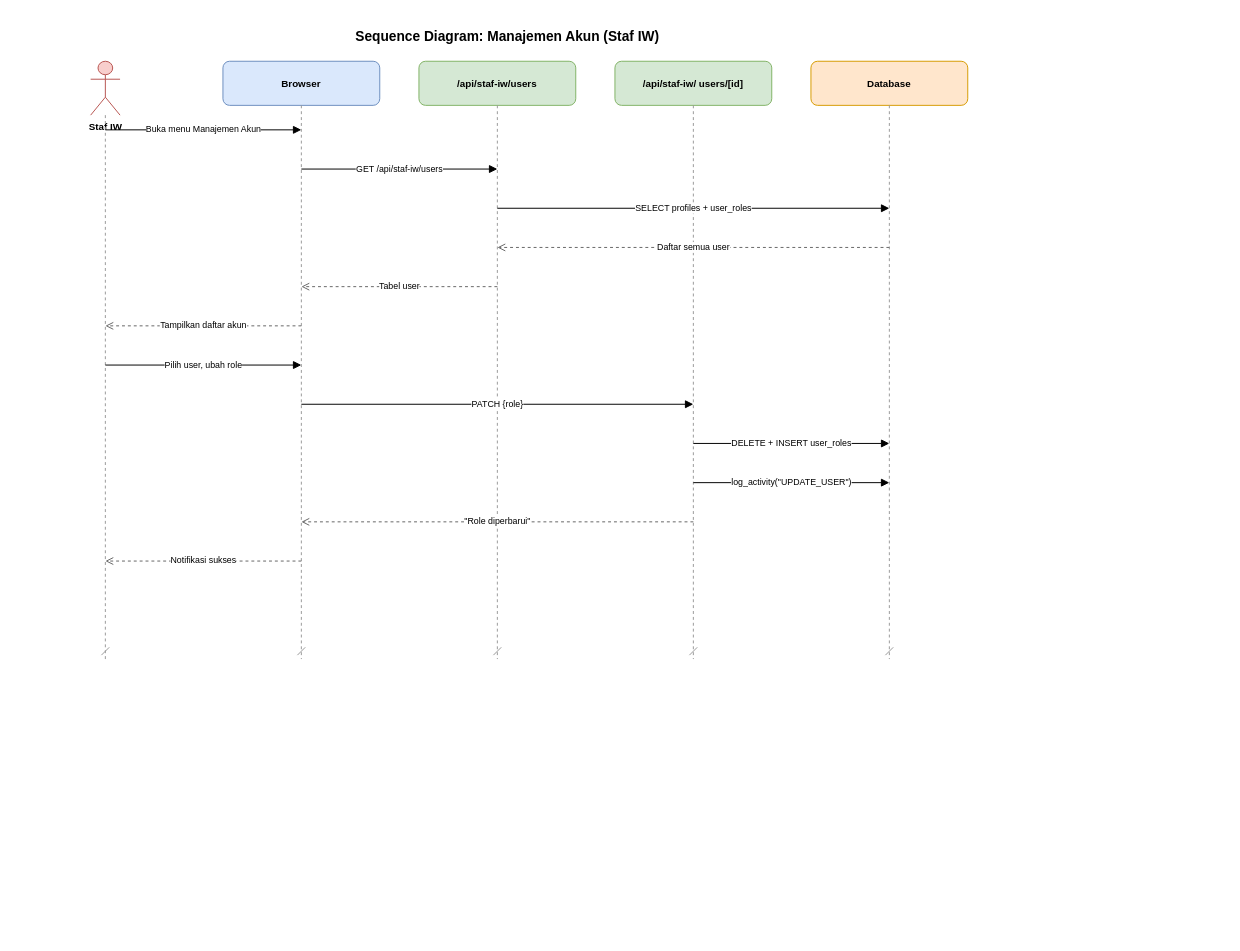
This is docs/diagrams/sequence/13-sq-manajemen-akun-staf-iw.drawio from RyanGLoomy/terminal-iwkbu, a draw.io file, before an edit. Source tidied: cells renumbered, new cells numbered last; positions are measured from the earlier drawing's top-left corner, leaving out a move shared by most shapes. Both pictures are drawn from the tidied source at 98%, with x=0, y=0 at pixel (46, 22).
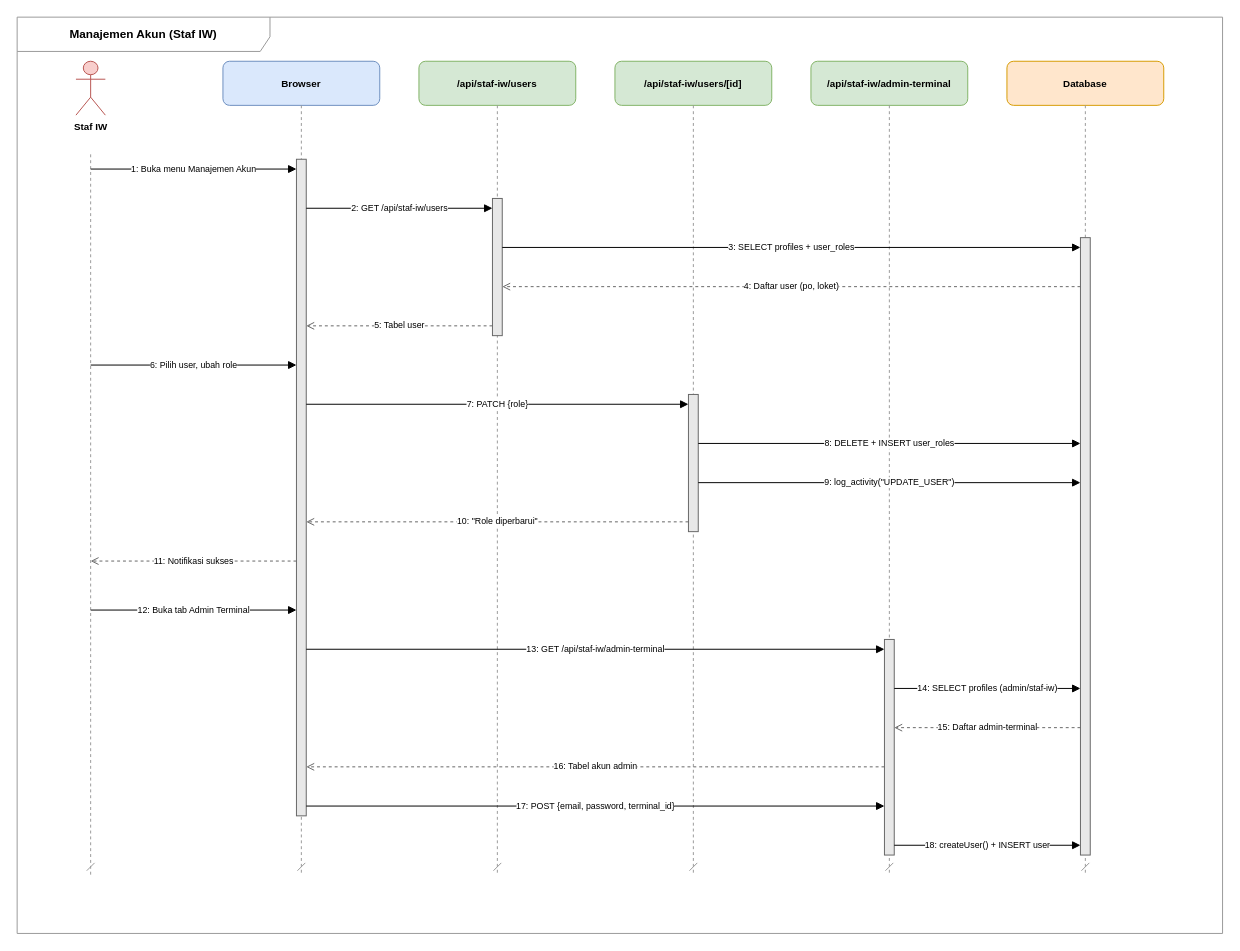
Above is the later version.

The edit, as a diff of the source:
```diff
@@
-    <mxCell id="2" value="Sequence Diagram: Manajemen Akun (Staf IW)" style="text;html=1;align=center;verticalAlign=middle;fontSize=14;fontStyle=1;strokeColor=none;fillColor=none;" parent="1" vertex="1">
-      <mxGeometry width="940" height="30" as="geometry" />
-    </mxCell>
+    <mxCell id="25" value="Manajemen Akun (Staf IW)" style="shape=umlFrame;whiteSpace=wrap;html=1;fillColor=none;strokeColor=#999999;fontSize=12;fontStyle=1;lightOpacity=50;tabWidth=258;tabHeight=22;width=258;height=35;" parent="1" vertex="1">
+      <mxGeometry x="-30" y="-5" width="1230" height="935" as="geometry" />
+    </mxCell>
     <mxCell id="3" value="Staf IW" style="shape=umlActor;verticalLabelPosition=bottom;verticalAlign=top;html=1;fillColor=#f8cecc;strokeColor=#b85450;fontStyle=1;fontSize=10;" parent="1" vertex="1">
-      <mxGeometry x="45" y="40" width="30" height="55" as="geometry" />
+      <mxGeometry x="30" y="40" width="30" height="55" as="geometry" />
     </mxCell>
     <mxCell id="4" style="endArrow=dash;dashed=1;html=1;strokeWidth=1;strokeColor=#999999;" parent="1" edge="1">
       <mxGeometry relative="1" as="geometry">
-        <mxPoint x="60" y="95" as="sourcePoint" />
-        <mxPoint x="60" y="650" as="targetPoint" />
+        <mxPoint x="45" y="135" as="sourcePoint" />
+        <mxPoint x="45" y="870" as="targetPoint" />
       </mxGeometry>
     </mxCell>
@@
     <mxCell id="6" style="endArrow=dash;dashed=1;html=1;strokeWidth=1;strokeColor=#999999;" parent="1" edge="1">
       <mxGeometry relative="1" as="geometry">
         <mxPoint x="260" y="85" as="sourcePoint" />
-        <mxPoint x="260" y="650" as="targetPoint" />
+        <mxPoint x="260" y="870" as="targetPoint" />
       </mxGeometry>
     </mxCell>
@@
     <mxCell id="8" style="endArrow=dash;dashed=1;html=1;strokeWidth=1;strokeColor=#999999;" parent="1" edge="1">
       <mxGeometry relative="1" as="geometry">
         <mxPoint x="460" y="85" as="sourcePoint" />
-        <mxPoint x="460" y="650" as="targetPoint" />
+        <mxPoint x="460" y="870" as="targetPoint" />
       </mxGeometry>
     </mxCell>
-    <mxCell id="9" value="/api/staf-iw/ users/[id]" style="rounded=1;whiteSpace=wrap;html=1;fillColor=#d5e8d4;strokeColor=#82b366;fontStyle=1;fontSize=10;" parent="1" vertex="1">
+    <mxCell id="9" value="/api/staf-iw/users/[id]" style="rounded=1;whiteSpace=wrap;html=1;fillColor=#d5e8d4;strokeColor=#82b366;fontStyle=1;fontSize=10;" parent="1" vertex="1">
       <mxGeometry x="580" y="40" width="160" height="45" as="geometry" />
     </mxCell>
     <mxCell id="10" style="endArrow=dash;dashed=1;html=1;strokeWidth=1;strokeColor=#999999;" parent="1" edge="1">
       <mxGeometry relative="1" as="geometry">
         <mxPoint x="660" y="85" as="sourcePoint" />
-        <mxPoint x="660" y="650" as="targetPoint" />
+        <mxPoint x="660" y="870" as="targetPoint" />
       </mxGeometry>
     </mxCell>
-    <mxCell id="11" value="Database" style="rounded=1;whiteSpace=wrap;html=1;fillColor=#ffe6cc;strokeColor=#d79b00;fontStyle=1;fontSize=10;" parent="1" vertex="1">
+    <mxCell id="11" value="/api/staf-iw/admin-terminal" style="rounded=1;whiteSpace=wrap;html=1;fillColor=#d5e8d4;strokeColor=#82b366;fontStyle=1;fontSize=10;" parent="1" vertex="1">
       <mxGeometry x="780" y="40" width="160" height="45" as="geometry" />
     </mxCell>
     <mxCell id="12" style="endArrow=dash;dashed=1;html=1;strokeWidth=1;strokeColor=#999999;" parent="1" edge="1">
       <mxGeometry relative="1" as="geometry">
         <mxPoint x="860" y="85" as="sourcePoint" />
-        <mxPoint x="860" y="650" as="targetPoint" />
+        <mxPoint x="860" y="870" as="targetPoint" />
       </mxGeometry>
     </mxCell>
+    <mxCell id="26" value="Database" style="rounded=1;whiteSpace=wrap;html=1;fillColor=#ffe6cc;strokeColor=#d79b00;fontStyle=1;fontSize=10;" parent="1" vertex="1">
+      <mxGeometry x="980" y="40" width="160" height="45" as="geometry" />
+    </mxCell>
+    <mxCell id="27" style="endArrow=dash;dashed=1;html=1;strokeWidth=1;strokeColor=#999999;" parent="1" edge="1">
+      <mxGeometry relative="1" as="geometry">
+        <mxPoint x="1060" y="85" as="sourcePoint" />
+        <mxPoint x="1060" y="870" as="targetPoint" />
+      </mxGeometry>
+    </mxCell>
+    <mxCell id="28" style="rounded=0;whiteSpace=wrap;html=1;fillColor=#e8e8e8;strokeColor=#666666;strokeWidth=1;" parent="1" vertex="1">
+      <mxGeometry x="255" y="140" width="10" height="670" as="geometry" />
+    </mxCell>
+    <mxCell id="29" style="rounded=0;whiteSpace=wrap;html=1;fillColor=#e8e8e8;strokeColor=#666666;strokeWidth=1;" parent="1" vertex="1">
+      <mxGeometry x="455" y="180" width="10" height="140" as="geometry" />
+    </mxCell>
+    <mxCell id="30" style="rounded=0;whiteSpace=wrap;html=1;fillColor=#e8e8e8;strokeColor=#666666;strokeWidth=1;" parent="1" vertex="1">
+      <mxGeometry x="655" y="380" width="10" height="140" as="geometry" />
+    </mxCell>
+    <mxCell id="31" style="rounded=0;whiteSpace=wrap;html=1;fillColor=#e8e8e8;strokeColor=#666666;strokeWidth=1;" parent="1" vertex="1">
+      <mxGeometry x="855" y="630" width="10" height="220" as="geometry" />
+    </mxCell>
+    <mxCell id="32" style="rounded=0;whiteSpace=wrap;html=1;fillColor=#e8e8e8;strokeColor=#666666;strokeWidth=1;" parent="1" vertex="1">
+      <mxGeometry x="1055" y="220" width="10" height="630" as="geometry" />
+    </mxCell>
-    <mxCell id="13" value="Buka menu Manajemen Akun" style="endArrow=block;endFill=1;html=1;fontSize=9;" parent="1" edge="1">
+    <mxCell id="13" value="1: Buka menu Manajemen Akun" style="endArrow=block;endFill=1;html=1;fontSize=9;" parent="1" edge="1">
       <mxGeometry relative="1" as="geometry">
-        <mxPoint x="60" y="110" as="sourcePoint" />
-        <mxPoint x="260" y="110" as="targetPoint" />
+        <mxPoint x="45" y="150" as="sourcePoint" />
+        <mxPoint x="255" y="150" as="targetPoint" />
       </mxGeometry>
     </mxCell>
-    <mxCell id="14" value="GET /api/staf-iw/users" style="endArrow=block;endFill=1;html=1;fontSize=9;" parent="1" edge="1">
+    <mxCell id="14" value="2: GET /api/staf-iw/users" style="endArrow=block;endFill=1;html=1;fontSize=9;" parent="1" edge="1">
       <mxGeometry relative="1" as="geometry">
-        <mxPoint x="260" y="150" as="sourcePoint" />
-        <mxPoint x="460" y="150" as="targetPoint" />
+        <mxPoint x="265" y="190" as="sourcePoint" />
+        <mxPoint x="455" y="190" as="targetPoint" />
       </mxGeometry>
     </mxCell>
-    <mxCell id="15" value="SELECT profiles + user_roles" style="endArrow=block;endFill=1;html=1;fontSize=9;" parent="1" edge="1">
+    <mxCell id="15" value="3: SELECT profiles + user_roles" style="endArrow=block;endFill=1;html=1;fontSize=9;" parent="1" edge="1">
       <mxGeometry relative="1" as="geometry">
-        <mxPoint x="460" y="190" as="sourcePoint" />
-        <mxPoint x="860" y="190" as="targetPoint" />
+        <mxPoint x="465" y="230" as="sourcePoint" />
+        <mxPoint x="1055" y="230" as="targetPoint" />
       </mxGeometry>
     </mxCell>
-    <mxCell id="16" value="Daftar semua user" style="endArrow=open;endFill=0;dashed=1;html=1;fontSize=9;strokeColor=#666666;" parent="1" edge="1">
+    <mxCell id="16" value="4: Daftar user (po, loket)" style="endArrow=open;endFill=0;dashed=1;html=1;fontSize=9;strokeColor=#666666;" parent="1" edge="1">
       <mxGeometry relative="1" as="geometry">
-        <mxPoint x="860" y="230" as="sourcePoint" />
-        <mxPoint x="460" y="230" as="targetPoint" />
+        <mxPoint x="1055" y="270" as="sourcePoint" />
+        <mxPoint x="465" y="270" as="targetPoint" />
       </mxGeometry>
     </mxCell>
-    <mxCell id="17" value="Tabel user" style="endArrow=open;endFill=0;dashed=1;html=1;fontSize=9;strokeColor=#666666;" parent="1" edge="1">
+    <mxCell id="17" value="5: Tabel user" style="endArrow=open;endFill=0;dashed=1;html=1;fontSize=9;strokeColor=#666666;" parent="1" edge="1">
       <mxGeometry relative="1" as="geometry">
-        <mxPoint x="460" y="270" as="sourcePoint" />
-        <mxPoint x="260" y="270" as="targetPoint" />
+        <mxPoint x="455" y="310" as="sourcePoint" />
+        <mxPoint x="265" y="310" as="targetPoint" />
       </mxGeometry>
     </mxCell>
-    <mxCell id="18" value="Tampilkan daftar akun" style="endArrow=open;endFill=0;dashed=1;html=1;fontSize=9;strokeColor=#666666;" parent="1" edge="1">
+    <mxCell id="18" value="6: Pilih user, ubah role" style="endArrow=block;endFill=1;html=1;fontSize=9;" parent="1" edge="1">
       <mxGeometry relative="1" as="geometry">
-        <mxPoint x="260" y="310" as="sourcePoint" />
-        <mxPoint x="60" y="310" as="targetPoint" />
+        <mxPoint x="45" y="350" as="sourcePoint" />
+        <mxPoint x="255" y="350" as="targetPoint" />
       </mxGeometry>
     </mxCell>
-    <mxCell id="19" value="Pilih user, ubah role" style="endArrow=block;endFill=1;html=1;fontSize=9;" parent="1" edge="1">
+    <mxCell id="19" value="7: PATCH {role}" style="endArrow=block;endFill=1;html=1;fontSize=9;" parent="1" edge="1">
       <mxGeometry relative="1" as="geometry">
-        <mxPoint x="60" y="350" as="sourcePoint" />
-        <mxPoint x="260" y="350" as="targetPoint" />
+        <mxPoint x="265" y="390" as="sourcePoint" />
+        <mxPoint x="655" y="390" as="targetPoint" />
       </mxGeometry>
     </mxCell>
-    <mxCell id="20" value="PATCH {role}" style="endArrow=block;endFill=1;html=1;fontSize=9;" parent="1" edge="1">
+    <mxCell id="20" value="8: DELETE + INSERT user_roles" style="endArrow=block;endFill=1;html=1;fontSize=9;" parent="1" edge="1">
       <mxGeometry relative="1" as="geometry">
-        <mxPoint x="260" y="390" as="sourcePoint" />
-        <mxPoint x="660" y="390" as="targetPoint" />
+        <mxPoint x="665" y="430" as="sourcePoint" />
+        <mxPoint x="1055" y="430" as="targetPoint" />
       </mxGeometry>
     </mxCell>
-    <mxCell id="21" value="DELETE + INSERT user_roles" style="endArrow=block;endFill=1;html=1;fontSize=9;" parent="1" edge="1">
+    <mxCell id="21" value="9: log_activity(&quot;UPDATE_USER&quot;)" style="endArrow=block;endFill=1;html=1;fontSize=9;" parent="1" edge="1">
       <mxGeometry relative="1" as="geometry">
-        <mxPoint x="660" y="430" as="sourcePoint" />
-        <mxPoint x="860" y="430" as="targetPoint" />
+        <mxPoint x="665" y="470" as="sourcePoint" />
+        <mxPoint x="1055" y="470" as="targetPoint" />
       </mxGeometry>
     </mxCell>
-    <mxCell id="22" value="log_activity(&quot;UPDATE_USER&quot;)" style="endArrow=block;endFill=1;html=1;fontSize=9;" parent="1" edge="1">
+    <mxCell id="22" value="10: &quot;Role diperbarui&quot;" style="endArrow=open;endFill=0;dashed=1;html=1;fontSize=9;strokeColor=#666666;" parent="1" edge="1">
       <mxGeometry relative="1" as="geometry">
-        <mxPoint x="660" y="470" as="sourcePoint" />
-        <mxPoint x="860" y="470" as="targetPoint" />
+        <mxPoint x="655" y="510" as="sourcePoint" />
+        <mxPoint x="265" y="510" as="targetPoint" />
       </mxGeometry>
     </mxCell>
-    <mxCell id="23" value="&quot;Role diperbarui&quot;" style="endArrow=open;endFill=0;dashed=1;html=1;fontSize=9;strokeColor=#666666;" parent="1" edge="1">
+    <mxCell id="23" value="11: Notifikasi sukses" style="endArrow=open;endFill=0;dashed=1;html=1;fontSize=9;strokeColor=#666666;" parent="1" edge="1">
       <mxGeometry relative="1" as="geometry">
-        <mxPoint x="660" y="510" as="sourcePoint" />
-        <mxPoint x="260" y="510" as="targetPoint" />
+        <mxPoint x="255" y="550" as="sourcePoint" />
+        <mxPoint x="45" y="550" as="targetPoint" />
       </mxGeometry>
     </mxCell>
-    <mxCell id="24" value="Notifikasi sukses" style="endArrow=open;endFill=0;dashed=1;html=1;fontSize=9;strokeColor=#666666;" parent="1" edge="1">
-      <mxGeometry relative="1" as="geometry">
-        <mxPoint x="260" y="550" as="sourcePoint" />
-        <mxPoint x="60" y="550" as="targetPoint" />
-      </mxGeometry>
-    </mxCell>
+    <mxCell id="33" value="12: Buka tab Admin Terminal" style="endArrow=block;endFill=1;html=1;fontSize=9;" parent="1" edge="1">
+      <mxGeometry relative="1" as="geometry">
+        <mxPoint x="45" y="600" as="sourcePoint" />
+        <mxPoint x="255" y="600" as="targetPoint" />
+      </mxGeometry>
+    </mxCell>
+    <mxCell id="34" value="13: GET /api/staf-iw/admin-terminal" style="endArrow=block;endFill=1;html=1;fontSize=9;" parent="1" edge="1">
+      <mxGeometry relative="1" as="geometry">
+        <mxPoint x="265" y="640" as="sourcePoint" />
+        <mxPoint x="855" y="640" as="targetPoint" />
+      </mxGeometry>
+    </mxCell>
+    <mxCell id="35" value="14: SELECT profiles (admin/staf-iw)" style="endArrow=block;endFill=1;html=1;fontSize=9;" parent="1" edge="1">
+      <mxGeometry relative="1" as="geometry">
+        <mxPoint x="865" y="680" as="sourcePoint" />
+        <mxPoint x="1055" y="680" as="targetPoint" />
+      </mxGeometry>
+    </mxCell>
+    <mxCell id="36" value="15: Daftar admin-terminal" style="endArrow=open;endFill=0;dashed=1;html=1;fontSize=9;strokeColor=#666666;" parent="1" edge="1">
+      <mxGeometry relative="1" as="geometry">
+        <mxPoint x="1055" y="720" as="sourcePoint" />
+        <mxPoint x="865" y="720" as="targetPoint" />
+      </mxGeometry>
+    </mxCell>
+    <mxCell id="37" value="16: Tabel akun admin" style="endArrow=open;endFill=0;dashed=1;html=1;fontSize=9;strokeColor=#666666;" parent="1" edge="1">
+      <mxGeometry relative="1" as="geometry">
+        <mxPoint x="855" y="760" as="sourcePoint" />
+        <mxPoint x="265" y="760" as="targetPoint" />
+      </mxGeometry>
+    </mxCell>
+    <mxCell id="38" value="17: POST {email, password, terminal_id}" style="endArrow=block;endFill=1;html=1;fontSize=9;" parent="1" edge="1">
+      <mxGeometry relative="1" as="geometry">
+        <mxPoint x="265" y="800" as="sourcePoint" />
+        <mxPoint x="855" y="800" as="targetPoint" />
+      </mxGeometry>
+    </mxCell>
+    <mxCell id="39" value="18: createUser() + INSERT user" style="endArrow=block;endFill=1;html=1;fontSize=9;" parent="1" edge="1">
+      <mxGeometry relative="1" as="geometry">
+        <mxPoint x="865" y="840" as="sourcePoint" />
+        <mxPoint x="1055" y="840" as="targetPoint" />
+      </mxGeometry>
+    </mxCell>
```
